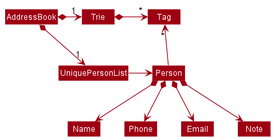
This is docs/images/BetterModelClassDiagram.png from nus-cs2103-AY2122S1/tp, a PlantUML export, as it was before one commit.
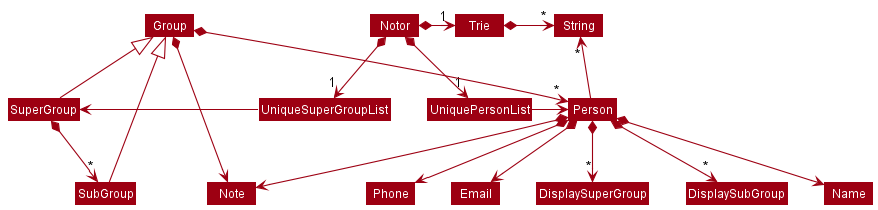
The same diagram one commit later.

The edit, as a diff of the source:
```diff
@@ -5,18 +5,30 @@
 skinparam classBackgroundColor MODEL_COLOR
 
 
-AddressBook *-right-> "1" UniquePersonList
-AddressBook *-right-> "1" Trie
+Notor *-right-> "1" UniquePersonList
+Notor *-right-> "1" UniqueSuperGroupList
+Notor *-right-> "1" Trie
 Trie -[hidden]down- UniquePersonList
 Trie -[hidden]down- UniquePersonList
 
-Trie *-right-> "*" Tag
+Trie *-right-> "*" String
 UniquePersonList -right-> Person
+UniqueSuperGroupList -right-> SuperGroup
+SuperGroup  *--> "*" SubGroup
 
-Person -up-> "*" Tag
+Group <|-- SuperGroup
+Group <|-- SubGroup
+
+Group  *--> "*" Person
+Group *--> Note
+
+Person -up-> "*" String
 
 Person *--> Name
 Person *--> Phone
 Person *--> Email
 Person *--> Note
+Person *--> "*" DisplaySuperGroup
+Person *--> "*" DisplaySubGroup
+
 @enduml
```
